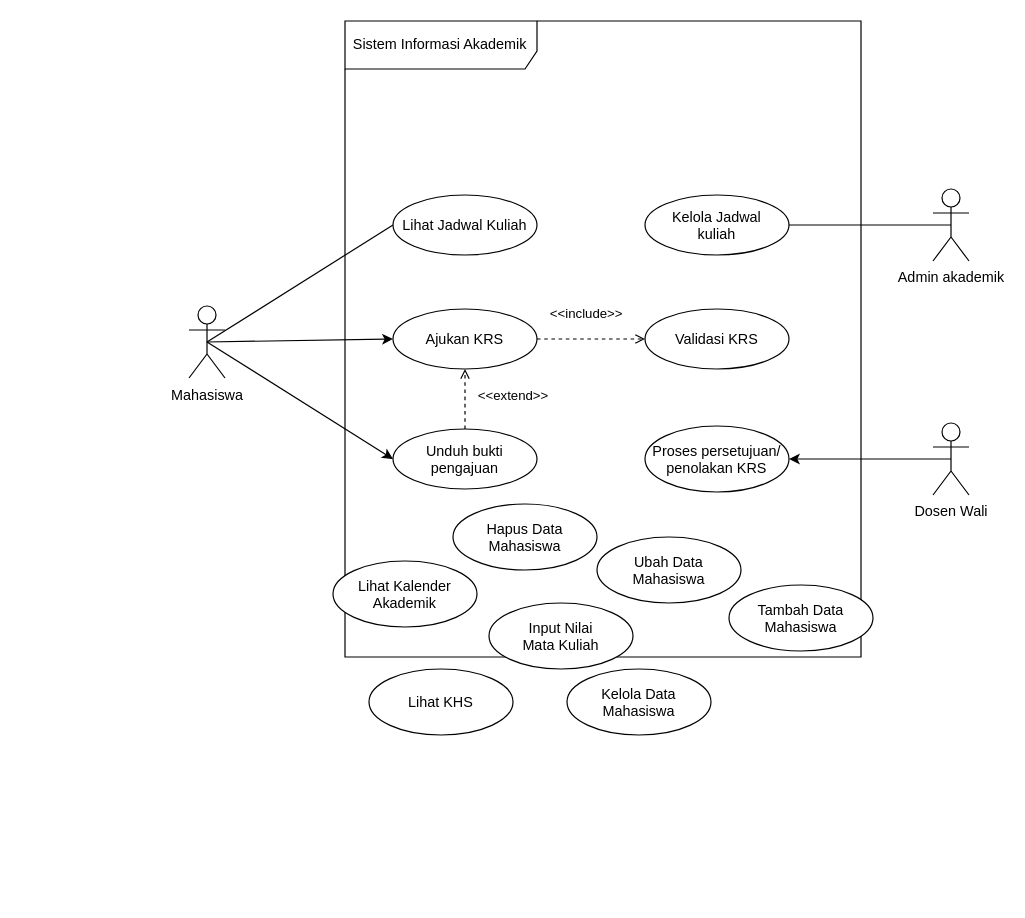
Before: 03_latihan_tools/P04/SIA/P04_2406118_SIA_notasi_v01.drawio in eeqyy/IFRWP5149_2406118_LabAlat, a draw.io diagram. Source tidied: cells renumbered, new cells numbered last; positions are measured from the earlier drawing's top-left corner, leaving out a move shared by most shapes. Both pictures are drawn from the tidied source at 120%, with x=0, y=0 at pixel (188, 20).
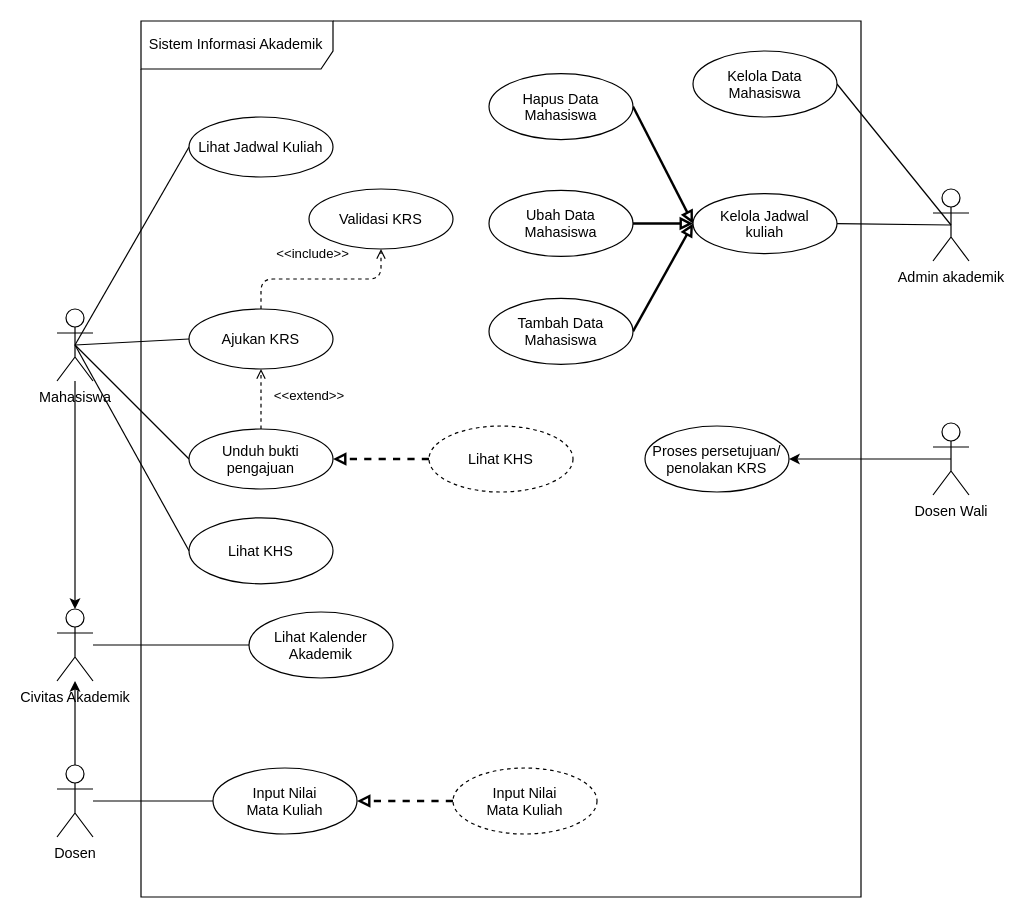
Above is the later version.

Unchanged cells that the change refers to:
```xml
<mxCell id="8" value="Admin akademik" style="shape=umlActor;verticalLabelPosition=bottom;verticalAlign=top;html=1;" parent="1" vertex="1">
  <mxGeometry x="620" y="140" width="30" height="60" as="geometry" />
</mxCell>
```

Change to the diagram source:
```diff
@@
     <mxCell id="2" value="Sistem Informasi Akademik" style="shape=umlFrame;whiteSpace=wrap;html=1;width=160;height=40;boundedLbl=1;verticalAlign=middle;align=left;spacingLeft=5;" parent="1" vertex="1">
-      <mxGeometry x="130" width="430" height="530" as="geometry" />
+      <mxGeometry x="-40" width="600" height="730" as="geometry" />
     </mxCell>
@@
-    <mxCell id="4" style="edgeStyle=none;html=1;exitX=0.5;exitY=0.5;exitDx=0;exitDy=0;exitPerimeter=0;entryX=0;entryY=0.5;entryDx=0;entryDy=0;" parent="1" edge="1" source="6" target="12">
+    <mxCell id="4" style="edgeStyle=none;html=1;exitX=0.5;exitY=0.5;exitDx=0;exitDy=0;exitPerimeter=0;entryX=0;entryY=0.5;entryDx=0;entryDy=0;endArrow=none;endFill=0;" parent="1" edge="1" source="6" target="12">
       <mxGeometry relative="1" as="geometry" />
     </mxCell>
-    <mxCell id="5" style="edgeStyle=none;html=1;exitX=0.5;exitY=0.5;exitDx=0;exitDy=0;exitPerimeter=0;entryX=0;entryY=0.5;entryDx=0;entryDy=0;" parent="1" edge="1" source="6" target="14">
+    <mxCell id="5" style="edgeStyle=none;html=1;exitX=0.5;exitY=0.5;exitDx=0;exitDy=0;exitPerimeter=0;entryX=0;entryY=0.5;entryDx=0;entryDy=0;endArrow=none;endFill=0;" parent="1" edge="1" source="6" target="14">
       <mxGeometry relative="1" as="geometry" />
     </mxCell>
     <mxCell id="6" value="Mahasiswa" style="shape=umlActor;verticalLabelPosition=bottom;verticalAlign=top;html=1;" parent="1" vertex="1">
-      <mxGeometry y="237.5" width="30" height="60" as="geometry" />
+      <mxGeometry x="-110" y="240" width="30" height="60" as="geometry" />
     </mxCell>
@@
+    <mxCell id="26" style="edgeStyle=none;html=1;exitX=0.5;exitY=0.5;exitDx=0;exitDy=0;exitPerimeter=0;entryX=1;entryY=0.5;entryDx=0;entryDy=0;endArrow=none;endFill=0;" parent="1" edge="1" source="8" target="25">
+      <mxGeometry relative="1" as="geometry" />
+    </mxCell>
@@
     <mxCell id="9" value="Lihat Jadwal Kuliah" style="ellipse;" parent="1" vertex="1">
-      <mxGeometry x="170" y="145" width="120" height="50" as="geometry" />
+      <mxGeometry y="80" width="120" height="50" as="geometry" />
     </mxCell>
     <mxCell id="10" value="Kelola Jadwal&#10;kuliah" style="ellipse;" parent="1" vertex="1">
-      <mxGeometry x="380" y="145" width="120" height="50" as="geometry" />
+      <mxGeometry x="420" y="143.8" width="120" height="50" as="geometry" />
     </mxCell>
-    <mxCell id="11" value="&amp;lt;&amp;lt;include&amp;gt;&amp;gt;" style="edgeStyle=none;html=1;exitX=1;exitY=0.5;exitDx=0;exitDy=0;entryX=0;entryY=0.5;entryDx=0;entryDy=0;dashed=1;endArrow=open;endFill=0;" parent="1" edge="1" source="12" target="16">
+    <mxCell id="11" value="&amp;lt;&amp;lt;include&amp;gt;&amp;gt;" style="edgeStyle=orthogonalEdgeStyle;html=1;exitX=0.5;exitY=0;exitDx=0;exitDy=0;entryX=0.5;entryY=1;entryDx=0;entryDy=0;dashed=1;endArrow=open;endFill=0;" parent="1" edge="1" source="12" target="16">
       <mxGeometry x="-0.1" y="21" relative="1" as="geometry" />
     </mxCell>
     <mxCell id="12" value="Ajukan KRS" style="ellipse;" parent="1" vertex="1">
-      <mxGeometry x="170" y="240" width="120" height="50" as="geometry" />
+      <mxGeometry y="240" width="120" height="50" as="geometry" />
     </mxCell>
@@
     <mxCell id="14" value="Unduh bukti&#10;pengajuan" style="ellipse;" parent="1" vertex="1">
-      <mxGeometry x="170" y="340" width="120" height="50" as="geometry" />
+      <mxGeometry y="340" width="120" height="50" as="geometry" />
     </mxCell>
@@
     <mxCell id="16" value="Validasi KRS" style="ellipse;" parent="1" vertex="1">
-      <mxGeometry x="380" y="240" width="120" height="50" as="geometry" />
+      <mxGeometry x="100" y="140" width="120" height="50" as="geometry" />
     </mxCell>
@@
+    <mxCell id="27" style="edgeStyle=none;html=1;exitX=1;exitY=0.5;exitDx=0;exitDy=0;entryX=0;entryY=0.5;entryDx=0;entryDy=0;endArrow=block;endFill=0;strokeWidth=2;" parent="1" edge="1" source="19" target="10">
+      <mxGeometry relative="1" as="geometry" />
+    </mxCell>
     <mxCell id="19" value="Tambah Data&#10;Mahasiswa" style="ellipse;" parent="1" vertex="1">
-      <mxGeometry x="450" y="470" width="120" height="55" as="geometry" />
+      <mxGeometry x="250" y="231.2" width="120" height="55" as="geometry" />
     </mxCell>
+    <mxCell id="28" style="edgeStyle=none;html=1;exitX=1;exitY=0.5;exitDx=0;exitDy=0;entryX=0;entryY=0.5;entryDx=0;entryDy=0;endArrow=block;endFill=0;strokeWidth=2;" parent="1" edge="1" source="20" target="10">
+      <mxGeometry relative="1" as="geometry" />
+    </mxCell>
     <mxCell id="20" value="Ubah Data&#10;Mahasiswa" style="ellipse;" parent="1" vertex="1">
-      <mxGeometry x="340" y="430" width="120" height="55" as="geometry" />
+      <mxGeometry x="250" y="141.2" width="120" height="55" as="geometry" />
     </mxCell>
+    <mxCell id="29" style="edgeStyle=none;html=1;exitX=1;exitY=0.5;exitDx=0;exitDy=0;entryX=0;entryY=0.5;entryDx=0;entryDy=0;strokeWidth=2;endArrow=block;endFill=0;" parent="1" edge="1" source="21" target="10">
+      <mxGeometry relative="1" as="geometry" />
+    </mxCell>
     <mxCell id="21" value="Hapus Data&#10;Mahasiswa" style="ellipse;" parent="1" vertex="1">
-      <mxGeometry x="220" y="402.5" width="120" height="55" as="geometry" />
+      <mxGeometry x="250" y="43.8" width="120" height="55" as="geometry" />
     </mxCell>
     <mxCell id="22" value="Lihat Kalender&#10;Akademik" style="ellipse;" parent="1" vertex="1">
-      <mxGeometry x="120" y="450" width="120" height="55" as="geometry" />
+      <mxGeometry x="50" y="492.5" width="120" height="55" as="geometry" />
     </mxCell>
+    <mxCell id="30" style="edgeStyle=none;html=1;exitX=0;exitY=0.5;exitDx=0;exitDy=0;entryX=1;entryY=0.5;entryDx=0;entryDy=0;dashed=1;endArrow=block;endFill=0;strokeWidth=2;" parent="1" edge="1" source="23" target="38">
+      <mxGeometry relative="1" as="geometry" />
+    </mxCell>
-    <mxCell id="23" value="Input Nilai&#10;Mata Kuliah" style="ellipse;" parent="1" vertex="1">
-      <mxGeometry x="250" y="485" width="120" height="55" as="geometry" />
+    <mxCell id="23" value="Input Nilai&#10;Mata Kuliah" style="ellipse;strokeColor=default;dashed=1;" parent="1" vertex="1">
+      <mxGeometry x="220" y="622.5" width="120" height="55" as="geometry" />
     </mxCell>
+    <mxCell id="31" style="edgeStyle=none;html=1;exitX=0;exitY=0.5;exitDx=0;exitDy=0;entryX=1;entryY=0.5;entryDx=0;entryDy=0;endArrow=block;endFill=0;dashed=1;strokeWidth=2;" parent="1" edge="1" source="24" target="14">
+      <mxGeometry relative="1" as="geometry" />
+    </mxCell>
-    <mxCell id="24" value="Lihat KHS" style="ellipse;" parent="1" vertex="1">
-      <mxGeometry x="150" y="540" width="120" height="55" as="geometry" />
+    <mxCell id="24" value="Lihat KHS" style="ellipse;dashed=1;" parent="1" vertex="1">
+      <mxGeometry x="200" y="337.5" width="120" height="55" as="geometry" />
     </mxCell>
     <mxCell id="25" value="Kelola Data&#10;Mahasiswa" style="ellipse;" parent="1" vertex="1">
-      <mxGeometry x="315" y="540" width="120" height="55" as="geometry" />
+      <mxGeometry x="420" y="25" width="120" height="55" as="geometry" />
     </mxCell>
+    <mxCell id="32" style="edgeStyle=none;html=1;" parent="1" edge="1" source="33" target="35">
+      <mxGeometry relative="1" as="geometry" />
+    </mxCell>
+    <mxCell id="33" value="Dosen" style="shape=umlActor;verticalLabelPosition=bottom;verticalAlign=top;html=1;" parent="1" vertex="1">
+      <mxGeometry x="-110" y="620" width="30" height="60" as="geometry" />
+    </mxCell>
+    <mxCell id="34" style="edgeStyle=none;html=1;entryX=0;entryY=0.5;entryDx=0;entryDy=0;startArrow=none;startFill=0;endArrow=none;endFill=0;" parent="1" edge="1" source="35" target="22">
+      <mxGeometry relative="1" as="geometry" />
+    </mxCell>
+    <mxCell id="35" value="Civitas Akademik" style="shape=umlActor;verticalLabelPosition=bottom;verticalAlign=top;html=1;" parent="1" vertex="1">
+      <mxGeometry x="-110" y="490" width="30" height="60" as="geometry" />
+    </mxCell>
+    <mxCell id="36" style="edgeStyle=none;html=1;entryX=0.5;entryY=0;entryDx=0;entryDy=0;entryPerimeter=0;" parent="1" edge="1" source="6" target="35">
+      <mxGeometry relative="1" as="geometry" />
+    </mxCell>
+    <mxCell id="37" style="edgeStyle=none;html=1;exitX=0;exitY=0.5;exitDx=0;exitDy=0;endArrow=none;endFill=0;" parent="1" edge="1" source="38" target="33">
+      <mxGeometry relative="1" as="geometry" />
+    </mxCell>
+    <mxCell id="38" value="Input Nilai&#10;Mata Kuliah" style="ellipse;" parent="1" vertex="1">
+      <mxGeometry x="20" y="622.5" width="120" height="55" as="geometry" />
+    </mxCell>
+    <mxCell id="39" value="Lihat KHS" style="ellipse;" parent="1" vertex="1">
+      <mxGeometry y="414" width="120" height="55" as="geometry" />
+    </mxCell>
+    <mxCell id="40" style="edgeStyle=none;html=1;exitX=0.5;exitY=0.5;exitDx=0;exitDy=0;exitPerimeter=0;entryX=0;entryY=0.5;entryDx=0;entryDy=0;endArrow=none;endFill=0;" parent="1" edge="1" source="6" target="39">
+      <mxGeometry relative="1" as="geometry" />
+    </mxCell>
```
